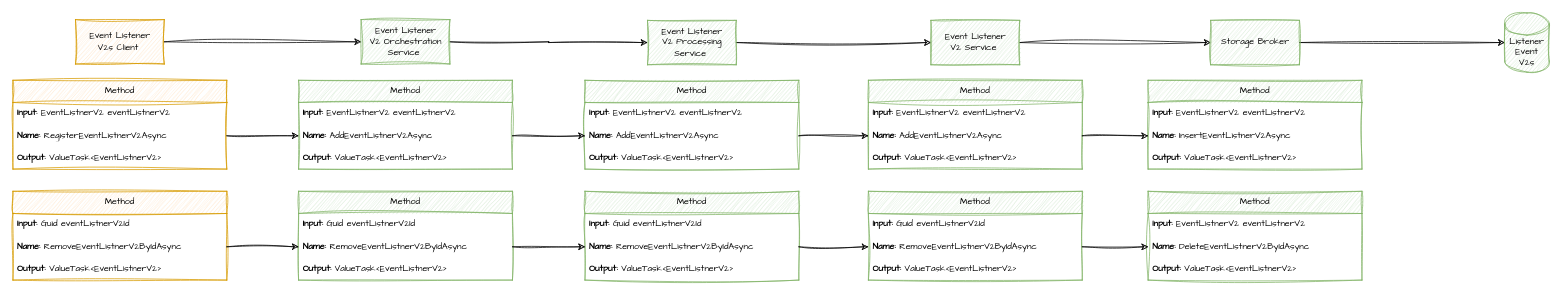
Before: page "REGISTER AND REMOVE EVENT LISTENER V2" (4 of 5) of EventHighway.Designs/EVENTS.drawio in hassanhabib/EventHighway, a draw.io diagram. Source tidied: cells renumbered, new cells numbered last; positions are measured from the earlier drawing's top-left corner, leaving out a move shared by most shapes. Both pictures are drawn from the tidied source at 74%, with x=0, y=0 at pixel (13, 13).
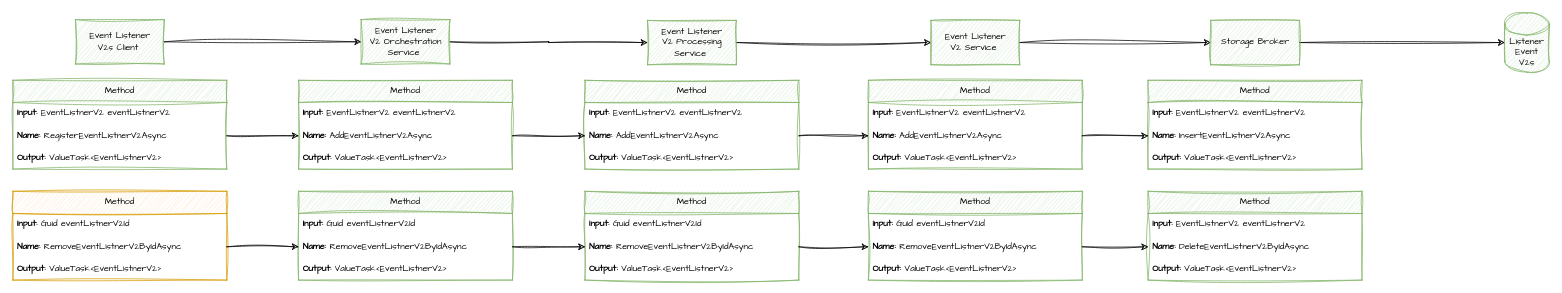
Above is the later version.

Commit message:
STATUS: Register & Remove Event Listener V2 As Of 20-03-25

Change to the diagram source:
```diff
@@
-    <mxCell id="3" value="Event Listener&lt;div&gt;V2s&amp;nbsp;&lt;span style=&quot;background-color: transparent; color: light-dark(rgb(0, 0, 0), rgb(255, 255, 255));&quot;&gt;Client&amp;nbsp;&lt;/span&gt;&lt;/div&gt;" style="rounded=0;whiteSpace=wrap;html=1;sketch=1;hachureGap=4;jiggle=2;curveFitting=1;fontFamily=Architects Daughter;fillColor=#ffe6cc;strokeColor=#d79b00;" parent="1" vertex="1">
+    <mxCell id="3" value="Event Listener&lt;div&gt;V2s&amp;nbsp;&lt;span style=&quot;background-color: transparent; color: light-dark(rgb(0, 0, 0), rgb(255, 255, 255));&quot;&gt;Client&amp;nbsp;&lt;/span&gt;&lt;/div&gt;" style="rounded=0;whiteSpace=wrap;html=1;sketch=1;hachureGap=4;jiggle=2;curveFitting=1;fontFamily=Architects Daughter;fillColor=#d5e8d4;strokeColor=#82b366;" parent="1" vertex="1">
       <mxGeometry x="84.5" y="9" width="120" height="60" as="geometry" />
     </mxCell>
-    <mxCell id="4" value="Method" style="swimlane;fontStyle=0;horizontal=1;startSize=30;whiteSpace=wrap;html=1;sketch=1;hachureGap=4;jiggle=2;curveFitting=1;fontFamily=Architects Daughter;fillColor=#ffe6cc;strokeColor=#d79b00;" parent="1" vertex="1">
+    <mxCell id="4" value="Method" style="swimlane;fontStyle=0;horizontal=1;startSize=30;whiteSpace=wrap;html=1;sketch=1;hachureGap=4;jiggle=2;curveFitting=1;fontFamily=Architects Daughter;fillColor=#d5e8d4;strokeColor=#82b366;" parent="1" vertex="1">
       <mxGeometry y="91" width="289" height="120" as="geometry" />
     </mxCell>
```
